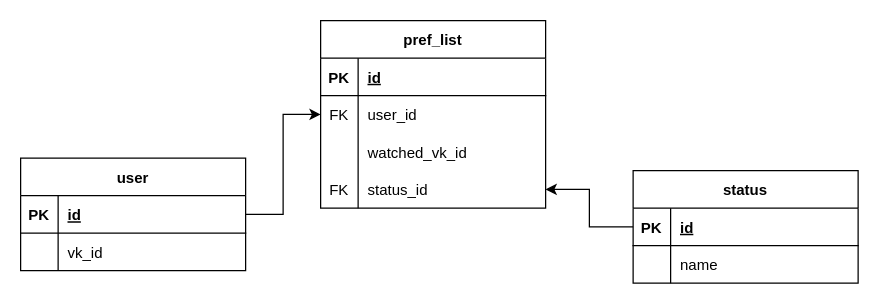
Earlier version of the draw.io diagram database/database.drawio (KeplerXIII/test_vk_bot_learning). Source tidied: cells renumbered, new cells numbered last; positions are measured from the earlier drawing's top-left corner, leaving out a move shared by most shapes. Both pictures are drawn from the tidied source at 125%, with x=0, y=0 at pixel (20, 20).
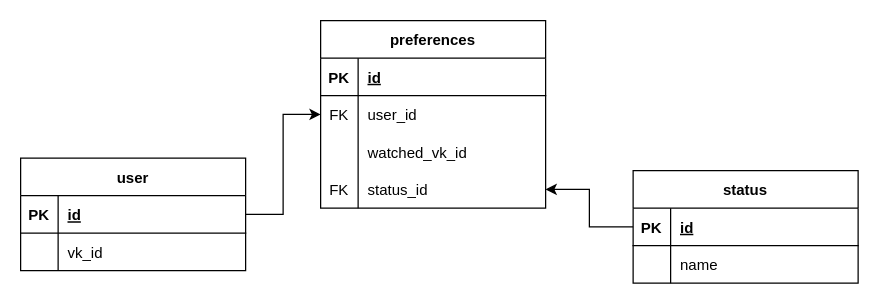
After the change.

Diff of the diagram source:
```diff
@@
-    <mxCell id="2" value="pref_list" style="shape=table;startSize=30;childLayout=tableLayout;rowLines=0;fontStyle=1;align=center;" parent="1" vertex="1">
+    <mxCell id="2" value="preferences" style="shape=table;startSize=30;childLayout=tableLayout;rowLines=0;fontStyle=1;align=center;" parent="1" vertex="1">
       <mxGeometry x="240" width="180" height="150" as="geometry" />
     </mxCell>
```
